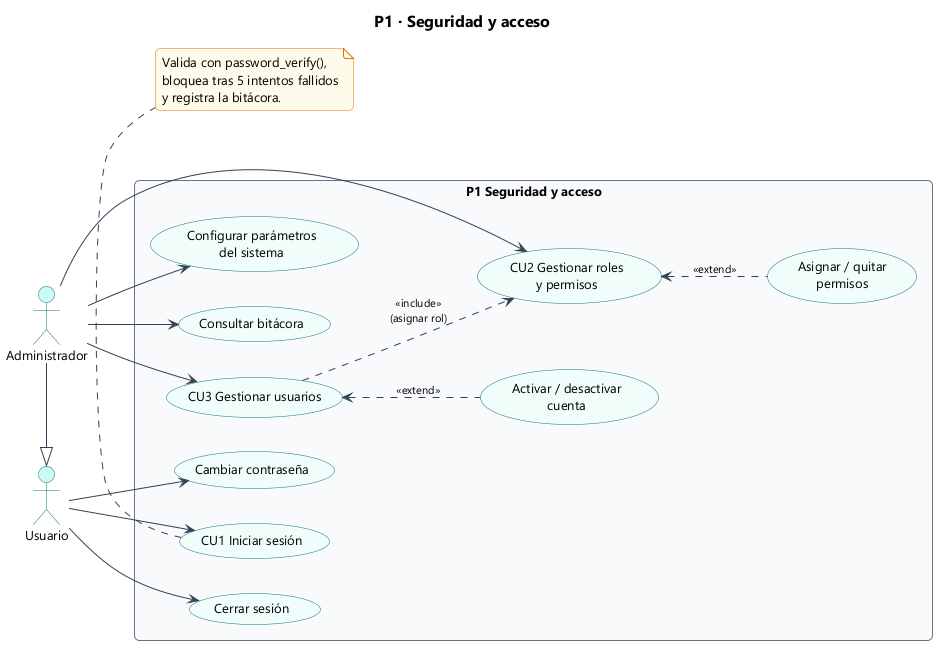
This is Docs/diagramas/11_cu_p1_seguridad.png from Kato-001/headsalud, a PlantUML export, as it was before one commit.
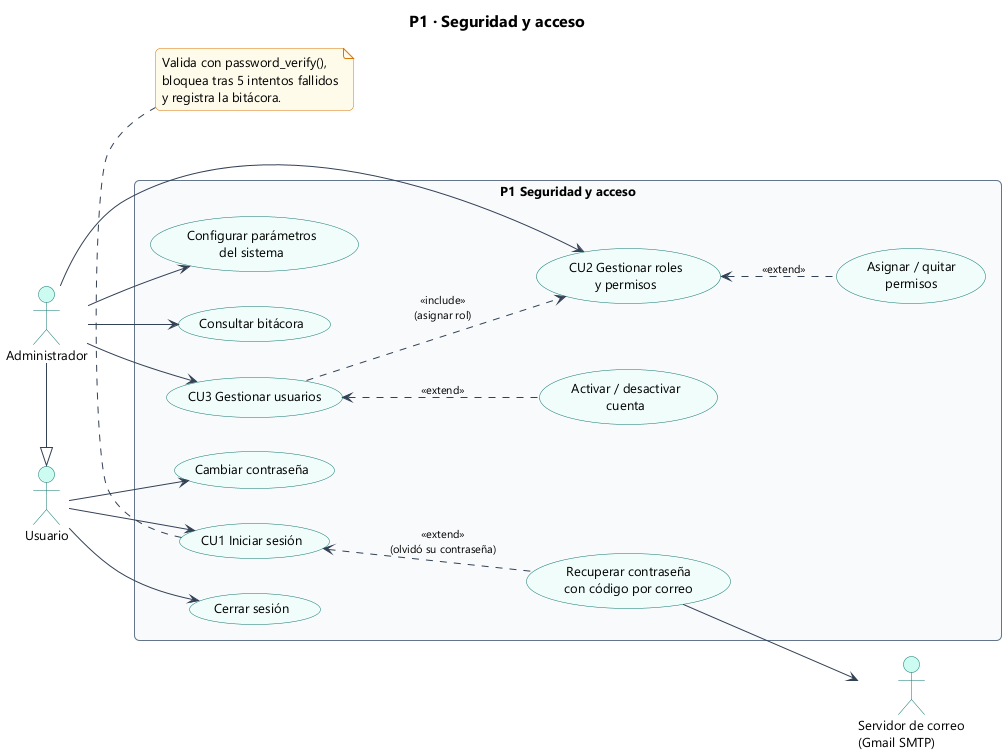
The same file after the commit.

Change to the diagram source:
```diff
@@ -11,6 +11,7 @@
   usecase "CU1 Iniciar sesión" as CU1
   usecase "Cerrar sesión" as CS
   usecase "Cambiar contraseña" as CP
+  usecase "Recuperar contraseña\ncon código por correo" as RC
   usecase "CU2 Gestionar roles\ny permisos" as CU2
   usecase "Asignar / quitar\npermisos" as AP
   usecase "CU3 Gestionar usuarios" as CU3
@@ -25,6 +26,9 @@
 A --> CU3
 A --> CF
 A --> BI
+CU1 <.. RC : <<extend>>\n(olvidó su contraseña)
+actor "Servidor de correo\n(Gmail SMTP)" as SMTP
+RC --> SMTP
 CU2 <.. AP : <<extend>>
 CU3 <.. AD : <<extend>>
 CU3 ..> CU2 : <<include>>\n(asignar rol)
```
